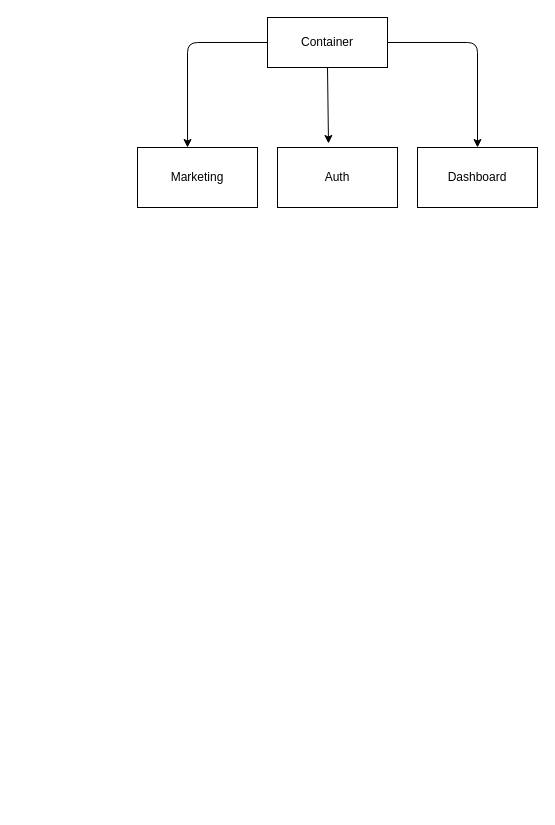
The draw.io diagram architecture.drawio in kueben96/micro-frontend-react-saas, before the edit. Source tidied: cells renumbered, new cells numbered last; positions are measured from the earlier drawing's top-left corner, leaving out a move shared by most shapes. Both pictures are drawn from the tidied source at 100%, with x=0, y=0 at pixel (137, 17).
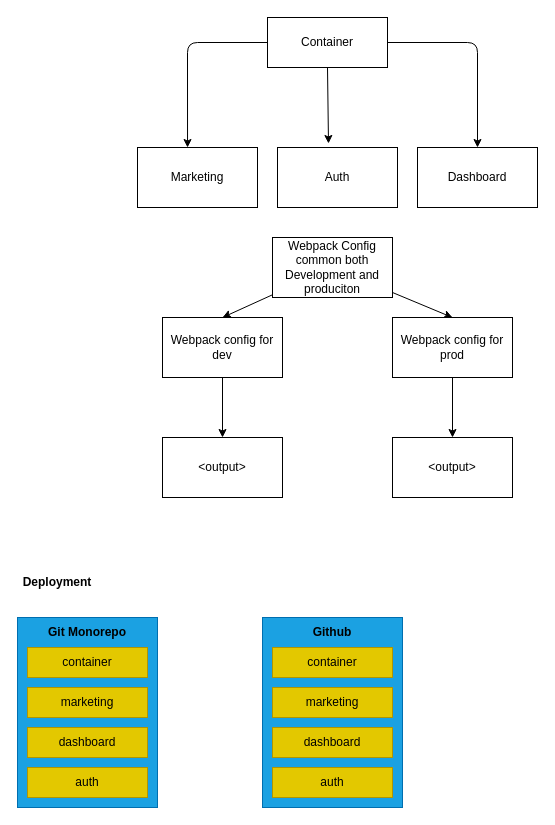
After the change.

What changed in the source:
```diff
@@
+    <mxCell id="9" style="edgeStyle=none;html=1;entryX=0.5;entryY=0;entryDx=0;entryDy=0;" parent="1" edge="1" source="11" target="13">
+      <mxGeometry relative="1" as="geometry" />
+    </mxCell>
+    <mxCell id="10" style="edgeStyle=none;html=1;entryX=0.5;entryY=0;entryDx=0;entryDy=0;" parent="1" edge="1" source="11" target="15">
+      <mxGeometry relative="1" as="geometry" />
+    </mxCell>
+    <mxCell id="11" value="Webpack Config common both Development and produciton" style="whiteSpace=wrap;html=1;" parent="1" vertex="1">
+      <mxGeometry x="135" y="220" width="120" height="60" as="geometry" />
+    </mxCell>
+    <mxCell id="12" style="edgeStyle=none;html=1;" parent="1" edge="1" source="13" target="17">
+      <mxGeometry relative="1" as="geometry" />
+    </mxCell>
+    <mxCell id="13" value="Webpack config for dev" style="whiteSpace=wrap;html=1;" parent="1" vertex="1">
+      <mxGeometry x="25" y="300" width="120" height="60" as="geometry" />
+    </mxCell>
+    <mxCell id="14" style="edgeStyle=none;html=1;" parent="1" edge="1" source="15" target="16">
+      <mxGeometry relative="1" as="geometry" />
+    </mxCell>
+    <mxCell id="15" value="Webpack config for prod" style="whiteSpace=wrap;html=1;" parent="1" vertex="1">
+      <mxGeometry x="255" y="300" width="120" height="60" as="geometry" />
+    </mxCell>
+    <mxCell id="16" value="&amp;lt;output&amp;gt;" style="whiteSpace=wrap;html=1;" parent="1" vertex="1">
+      <mxGeometry x="255" y="420" width="120" height="60" as="geometry" />
+    </mxCell>
+    <mxCell id="17" value="&amp;lt;output&amp;gt;" style="whiteSpace=wrap;html=1;" parent="1" vertex="1">
+      <mxGeometry x="25" y="420" width="120" height="60" as="geometry" />
+    </mxCell>
+    <mxCell id="18" value="&lt;b&gt;Deployment&lt;/b&gt;" style="text;strokeColor=none;align=center;fillColor=none;html=1;verticalAlign=middle;whiteSpace=wrap;rounded=0;" parent="1" vertex="1">
+      <mxGeometry x="-110" y="550" width="60" height="30" as="geometry" />
+    </mxCell>
+    <mxCell id="19" style="whiteSpace=wrap;html=1;fillColor=#1ba1e2;fontColor=#ffffff;strokeColor=#006EAF;" parent="1" vertex="1">
+      <mxGeometry x="-120" y="600" width="140" height="190" as="geometry" />
+    </mxCell>
+    <mxCell id="20" value="container" style="whiteSpace=wrap;html=1;fillColor=#e3c800;fontColor=#000000;strokeColor=#B09500;" parent="1" vertex="1">
+      <mxGeometry x="-110" y="630" width="120" height="30" as="geometry" />
+    </mxCell>
+    <mxCell id="21" value="marketing" style="whiteSpace=wrap;html=1;fillColor=#e3c800;fontColor=#000000;strokeColor=#B09500;" parent="1" vertex="1">
+      <mxGeometry x="-110" y="670" width="120" height="30" as="geometry" />
+    </mxCell>
+    <mxCell id="22" value="dashboard" style="whiteSpace=wrap;html=1;fillColor=#e3c800;fontColor=#000000;strokeColor=#B09500;" parent="1" vertex="1">
+      <mxGeometry x="-110" y="710" width="120" height="30" as="geometry" />
+    </mxCell>
+    <mxCell id="23" value="auth" style="whiteSpace=wrap;html=1;fillColor=#e3c800;fontColor=#000000;strokeColor=#B09500;" parent="1" vertex="1">
+      <mxGeometry x="-110" y="750" width="120" height="30" as="geometry" />
+    </mxCell>
+    <mxCell id="24" value="&lt;b&gt;Git Monorepo&lt;/b&gt;" style="text;strokeColor=none;align=center;fillColor=none;html=1;verticalAlign=middle;whiteSpace=wrap;rounded=0;" parent="1" vertex="1">
+      <mxGeometry x="-95" y="600" width="90" height="30" as="geometry" />
+    </mxCell>
+    <mxCell id="25" style="whiteSpace=wrap;html=1;fillColor=#1ba1e2;fontColor=#ffffff;strokeColor=#006EAF;" parent="1" vertex="1">
+      <mxGeometry x="125" y="600" width="140" height="190" as="geometry" />
+    </mxCell>
+    <mxCell id="26" value="container" style="whiteSpace=wrap;html=1;fillColor=#e3c800;fontColor=#000000;strokeColor=#B09500;" parent="1" vertex="1">
+      <mxGeometry x="135" y="630" width="120" height="30" as="geometry" />
+    </mxCell>
+    <mxCell id="27" value="marketing" style="whiteSpace=wrap;html=1;fillColor=#e3c800;fontColor=#000000;strokeColor=#B09500;" parent="1" vertex="1">
+      <mxGeometry x="135" y="670" width="120" height="30" as="geometry" />
+    </mxCell>
+    <mxCell id="28" value="dashboard" style="whiteSpace=wrap;html=1;fillColor=#e3c800;fontColor=#000000;strokeColor=#B09500;" parent="1" vertex="1">
+      <mxGeometry x="135" y="710" width="120" height="30" as="geometry" />
+    </mxCell>
+    <mxCell id="29" value="auth" style="whiteSpace=wrap;html=1;fillColor=#e3c800;fontColor=#000000;strokeColor=#B09500;" parent="1" vertex="1">
+      <mxGeometry x="135" y="750" width="120" height="30" as="geometry" />
+    </mxCell>
+    <mxCell id="30" value="&lt;b&gt;Github&lt;/b&gt;" style="text;strokeColor=none;align=center;fillColor=none;html=1;verticalAlign=middle;whiteSpace=wrap;rounded=0;" parent="1" vertex="1">
+      <mxGeometry x="150" y="600" width="90" height="30" as="geometry" />
+    </mxCell>
```
